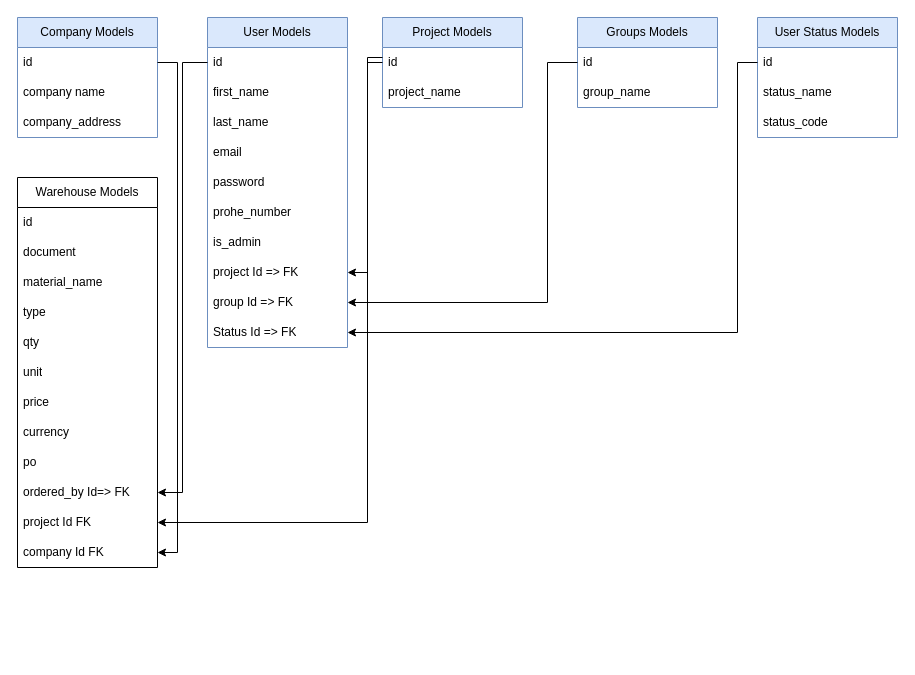
This is DatabaseDiagram.drawio from cavidanbagiri/warehouse-management-server, a draw.io file, before an edit. Source tidied: cells renumbered, new cells numbered last; positions are measured from the earlier drawing's top-left corner, leaving out a move shared by most shapes. Both pictures are drawn from the tidied source at 100%, with x=0, y=0 at pixel (17, 17).
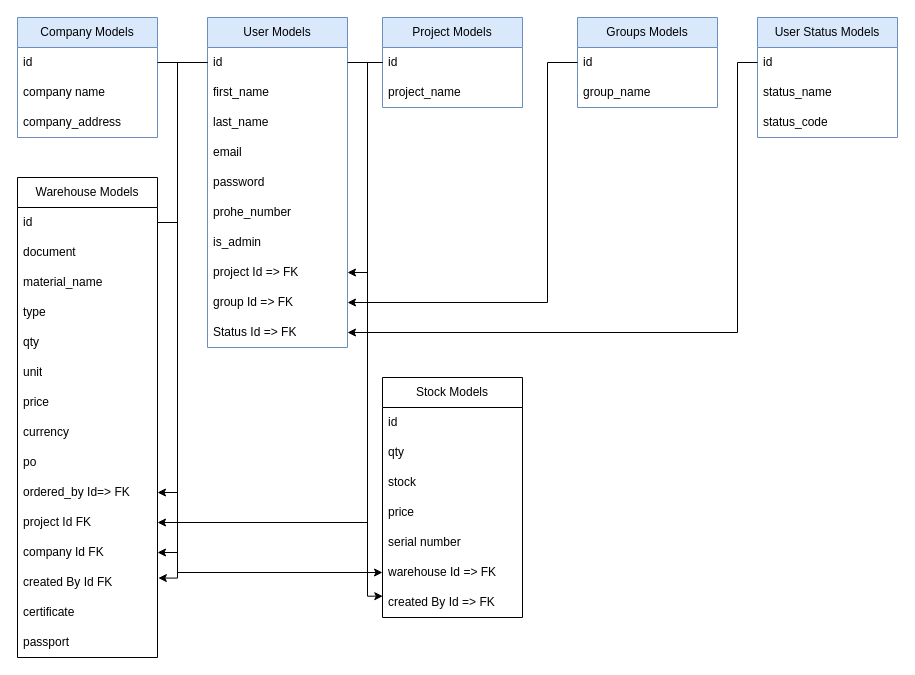
Above is the later version.

Commit message (it also covers changes not shown here):
Create certificate and passport in row

Unchanged cells that the change refers to:
```xml
<mxCell id="3" value="id" style="text;strokeColor=none;fillColor=none;align=left;verticalAlign=middle;spacingLeft=4;spacingRight=4;overflow=hidden;points=[[0,0.5],[1,0.5]];portConstraint=eastwest;whiteSpace=wrap;html=1;" parent="2" vertex="1">
  <mxGeometry y="30" width="140" height="30" as="geometry" />
</mxCell>
<mxCell id="10" value="project Id =&amp;gt; FK" style="text;strokeColor=none;fillColor=none;align=left;verticalAlign=middle;spacingLeft=4;spacingRight=4;overflow=hidden;points=[[0,0.5],[1,0.5]];portConstraint=eastwest;whiteSpace=wrap;html=1;" parent="2" vertex="1">
  <mxGeometry y="240" width="140" height="30" as="geometry" />
</mxCell>
<mxCell id="14" value="id" style="text;strokeColor=none;fillColor=none;align=left;verticalAlign=middle;spacingLeft=4;spacingRight=4;overflow=hidden;points=[[0,0.5],[1,0.5]];portConstraint=eastwest;whiteSpace=wrap;html=1;" parent="13" vertex="1">
  <mxGeometry y="30" width="140" height="30" as="geometry" />
</mxCell>
<mxCell id="22" value="id" style="text;strokeColor=none;fillColor=none;align=left;verticalAlign=middle;spacingLeft=4;spacingRight=4;overflow=hidden;points=[[0,0.5],[1,0.5]];portConstraint=eastwest;whiteSpace=wrap;html=1;" parent="21" vertex="1">
  <mxGeometry y="30" width="140" height="30" as="geometry" />
</mxCell>
<mxCell id="31" value="ordered_by Id=&amp;gt; FK" style="text;strokeColor=none;fillColor=none;align=left;verticalAlign=middle;spacingLeft=4;spacingRight=4;overflow=hidden;points=[[0,0.5],[1,0.5]];portConstraint=eastwest;whiteSpace=wrap;html=1;" parent="21" vertex="1">
  <mxGeometry y="300" width="140" height="30" as="geometry" />
</mxCell>
```

What changed in the source:
```diff
@@
     <mxCell id="16" style="edgeStyle=orthogonalEdgeStyle;rounded=0;jettySize=auto;html=1;entryX=1;entryY=0.5;entryDx=0;entryDy=0;" parent="1" edge="1" source="14" target="10">
       <mxGeometry relative="1" as="geometry">
         <Array as="points">
-          <mxPoint x="350" y="40" />
+          <mxPoint x="350" y="45" />
           <mxPoint x="350" y="255" />
         </Array>
       </mxGeometry>
     </mxCell>
@@
     <mxCell id="21" value="Warehouse Models" style="swimlane;fontStyle=0;horizontal=1;startSize=30;whiteSpace=wrap;html=1;" parent="1" vertex="1">
-      <mxGeometry y="160" width="140" height="390" as="geometry" />
+      <mxGeometry y="160" width="140" height="480" as="geometry" />
     </mxCell>
@@
+    <mxCell id="46" value="created By Id FK" style="text;strokeColor=none;fillColor=none;align=left;verticalAlign=middle;spacingLeft=4;spacingRight=4;overflow=hidden;points=[[0,0.5],[1,0.5]];portConstraint=eastwest;whiteSpace=wrap;html=1;" parent="21" vertex="1">
+      <mxGeometry y="390" width="140" height="30" as="geometry" />
+    </mxCell>
+    <mxCell id="47" value="certificate" style="text;strokeColor=none;fillColor=none;align=left;verticalAlign=middle;spacingLeft=4;spacingRight=4;overflow=hidden;whiteSpace=wrap;html=1;" parent="21" vertex="1">
+      <mxGeometry y="420" width="140" height="30" as="geometry" />
+    </mxCell>
+    <mxCell id="48" value="passport" style="text;strokeColor=none;fillColor=none;align=left;verticalAlign=middle;spacingLeft=4;spacingRight=4;overflow=hidden;whiteSpace=wrap;html=1;" parent="21" vertex="1">
+      <mxGeometry y="450" width="140" height="30" as="geometry" />
+    </mxCell>
@@
     <mxCell id="37" style="edgeStyle=orthogonalEdgeStyle;rounded=0;jettySize=auto;html=1;entryX=1;entryY=0.5;entryDx=0;entryDy=0;" parent="1" edge="1" source="3" target="31">
-      <mxGeometry relative="1" as="geometry" />
+      <mxGeometry relative="1" as="geometry">
+        <Array as="points">
+          <mxPoint x="160" y="45" />
+          <mxPoint x="160" y="475" />
+        </Array>
+      </mxGeometry>
     </mxCell>
@@
+    <mxCell id="49" style="edgeStyle=orthogonalEdgeStyle;rounded=0;jettySize=auto;html=1;entryX=1.006;entryY=0.352;entryDx=0;entryDy=0;entryPerimeter=0;" parent="1" edge="1" source="3" target="46">
+      <mxGeometry relative="1" as="geometry">
+        <Array as="points">
+          <mxPoint x="160" y="45" />
+          <mxPoint x="160" y="561" />
+        </Array>
+      </mxGeometry>
+    </mxCell>
+    <mxCell id="50" value="Stock Models" style="swimlane;fontStyle=0;horizontal=1;startSize=30;whiteSpace=wrap;html=1;" parent="1" vertex="1">
+      <mxGeometry x="365" y="360" width="140" height="240" as="geometry" />
+    </mxCell>
+    <mxCell id="51" value="id" style="text;strokeColor=none;fillColor=none;align=left;verticalAlign=middle;spacingLeft=4;spacingRight=4;overflow=hidden;whiteSpace=wrap;html=1;" parent="50" vertex="1">
+      <mxGeometry y="30" width="140" height="30" as="geometry" />
+    </mxCell>
+    <mxCell id="52" value="qty" style="text;strokeColor=none;fillColor=none;align=left;verticalAlign=middle;spacingLeft=4;spacingRight=4;overflow=hidden;whiteSpace=wrap;html=1;" parent="50" vertex="1">
+      <mxGeometry y="60" width="140" height="30" as="geometry" />
+    </mxCell>
+    <mxCell id="53" value="stock" style="text;strokeColor=none;fillColor=none;align=left;verticalAlign=middle;spacingLeft=4;spacingRight=4;overflow=hidden;whiteSpace=wrap;html=1;" parent="50" vertex="1">
+      <mxGeometry y="90" width="140" height="30" as="geometry" />
+    </mxCell>
+    <mxCell id="54" value="price" style="text;strokeColor=none;fillColor=none;align=left;verticalAlign=middle;spacingLeft=4;spacingRight=4;overflow=hidden;whiteSpace=wrap;html=1;" parent="50" vertex="1">
+      <mxGeometry y="120" width="140" height="30" as="geometry" />
+    </mxCell>
+    <mxCell id="55" value="serial number" style="text;strokeColor=none;fillColor=none;align=left;verticalAlign=middle;spacingLeft=4;spacingRight=4;overflow=hidden;whiteSpace=wrap;html=1;" parent="50" vertex="1">
+      <mxGeometry y="150" width="140" height="30" as="geometry" />
+    </mxCell>
+    <mxCell id="56" value="warehouse Id =&amp;gt; FK" style="text;strokeColor=none;fillColor=none;align=left;verticalAlign=middle;spacingLeft=4;spacingRight=4;overflow=hidden;points=[[0,0.5],[1,0.5]];portConstraint=eastwest;whiteSpace=wrap;html=1;" parent="50" vertex="1">
+      <mxGeometry y="180" width="140" height="30" as="geometry" />
+    </mxCell>
+    <mxCell id="57" value="created By Id =&amp;gt; FK" style="text;strokeColor=none;fillColor=none;align=left;verticalAlign=middle;spacingLeft=4;spacingRight=4;overflow=hidden;points=[[0,0.5],[1,0.5]];portConstraint=eastwest;whiteSpace=wrap;html=1;" parent="50" vertex="1">
+      <mxGeometry y="210" width="140" height="30" as="geometry" />
+    </mxCell>
+    <mxCell id="58" style="edgeStyle=orthogonalEdgeStyle;rounded=0;jettySize=auto;html=1;entryX=0;entryY=0.5;entryDx=0;entryDy=0;" parent="1" edge="1" source="22" target="56">
+      <mxGeometry relative="1" as="geometry">
+        <Array as="points">
+          <mxPoint x="160" y="205" />
+          <mxPoint x="160" y="555" />
+        </Array>
+      </mxGeometry>
+    </mxCell>
+    <mxCell id="59" style="edgeStyle=orthogonalEdgeStyle;rounded=0;jettySize=auto;html=1;entryX=0.002;entryY=0.289;entryDx=0;entryDy=0;entryPerimeter=0;" parent="1" edge="1" source="3" target="57">
+      <mxGeometry relative="1" as="geometry">
+        <Array as="points">
+          <mxPoint x="350" y="45" />
+          <mxPoint x="350" y="579" />
+        </Array>
+      </mxGeometry>
+    </mxCell>
```
